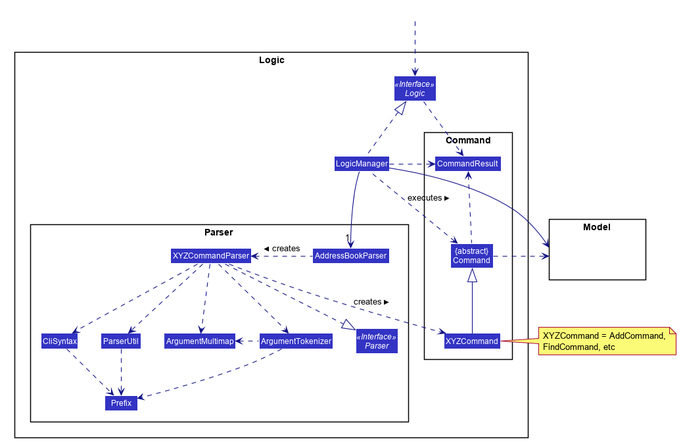
The PlantUML diagram docs/images/LogicClassDiagram.png in nus-cs2103-AY2021S2/tp, before a commit.
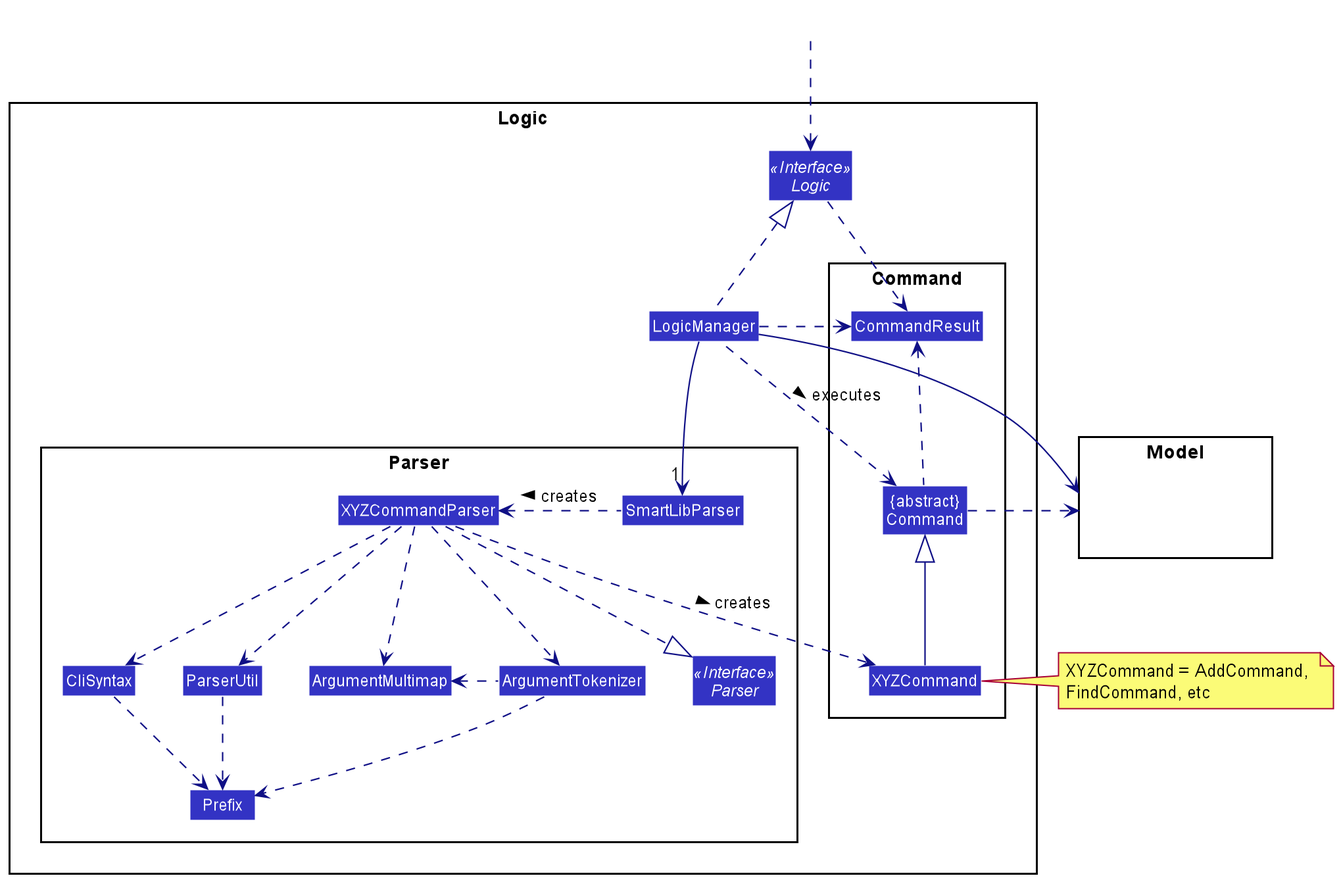
Above is the later version.

What changed in the source:
```diff
@@ -1,89 +1,42 @@
 @startuml
-
-
-
-
-
-
-
-
-skinparam BackgroundColor #FFFFFFF
-
-skinparam Shadowing false
-
-skinparam Class {
-    FontColor #FFFFFF
-    BorderThickness 1
-    BorderColor #FFFFFF
-    StereotypeFontColor #FFFFFF
-    FontName Arial
-}
-
-skinparam Actor {
-    BorderColor #000000
-    Color #000000
-    FontName Arial
-}
-
-skinparam Sequence {
-    MessageAlign center
-    BoxFontSize 15
-    BoxPadding 0
-    BoxFontColor #FFFFFF
-    FontName Arial
-}
-
-skinparam Participant {
-    FontColor #FFFFFFF
-    Padding 20
-}
-
-skinparam MinClassWidth 50
-skinparam ParticipantPadding 10
-skinparam Shadowing false
-skinparam DefaultTextAlignment center
-skinparam packageStyle Rectangle
-
-hide footbox
-hide members
-hide circle
+!include style.puml
 skinparam arrowThickness 1.1
-skinparam arrowColor #101086
-skinparam classBackgroundColor #3333C4
+skinparam arrowColor LOGIC_COLOR_T4
+skinparam classBackgroundColor LOGIC_COLOR
 
 package Logic {
 
 package Parser {
-Interface Parser <<Interface>>
-Class AddressBookParser
-Class XYZCommandParser
-Class CliSyntax
-Class ParserUtil
-Class ArgumentMultimap
-Class ArgumentTokenizer
-Class Prefix
+    Interface Parser <<Interface>>
+    Class SmartLibParser
+    Class XYZCommandParser
+    Class CliSyntax
+    Class ParserUtil
+    Class ArgumentMultimap
+    Class ArgumentTokenizer
+    Class Prefix
 }
 
 package Command {
-Class XYZCommand
-Class CommandResult
-Class "{abstract}\nCommand" as Command
+    Class XYZCommand
+    Class CommandResult
+    Class "{abstract}\nCommand" as Command
 }
 
 Interface Logic <<Interface>>
-Class LogicManager
+    Class LogicManager
 }
 
 package Model{
-Class HiddenModel #FFFFFF
+    Class HiddenModel #FFFFFF
 }
 
 Class HiddenOutside #FFFFFF
 HiddenOutside ..> Logic
 
 LogicManager .up.|> Logic
-LogicManager -->"1" AddressBookParser
-AddressBookParser .left.> XYZCommandParser: creates >
+LogicManager -->"1" SmartLibParser
+SmartLibParser .left.> XYZCommandParser: creates >
 
 XYZCommandParser ..> XYZCommand : creates >
 XYZCommandParser ..|> Parser
```
